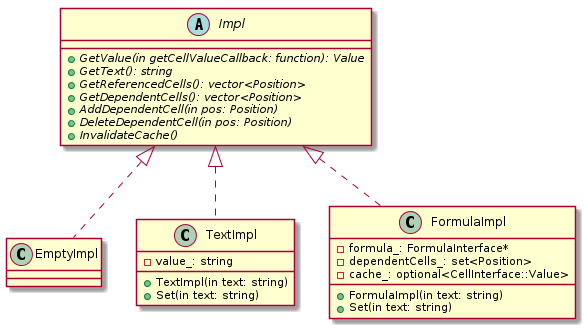
Before: uml/png/cellImpl.png, a diagram exported from PlantUML (kazarynau/YandexPraktikumFinal).
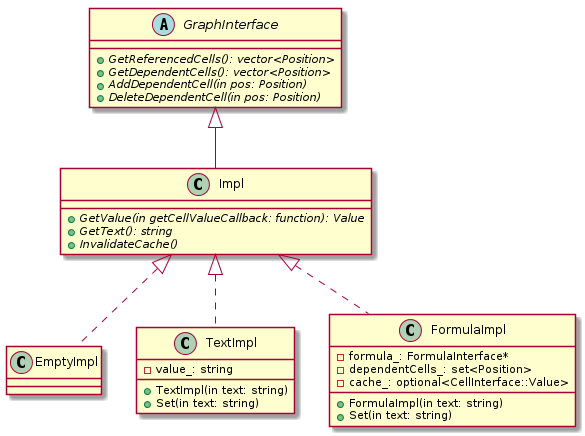
After the change.

Change to the diagram source:
```diff
@@ -1,14 +1,19 @@
 @startuml
+
+abstract class GraphInterface {
+    +{abstract} GetReferencedCells(): vector<Position>
+    +{abstract} GetDependentCells(): vector<Position>
+    +{abstract} AddDependentCell(in pos: Position)
+    +{abstract} DeleteDependentCell(in pos: Position)
+}
 
 abstract class Impl {
     +{abstract} GetValue(in getCellValueCallback: function): Value
     +{abstract} GetText(): string
-    +{abstract} GetReferencedCells(): vector<Position>
-    +{abstract} GetDependentCells(): vector<Position>
-    +{abstract} AddDependentCell(in pos: Position)
-    +{abstract} DeleteDependentCell(in pos: Position)
     +{abstract} InvalidateCache()
 }
+
+class Impl extends GraphInterface
 
 class EmptyImpl {
 }
```
